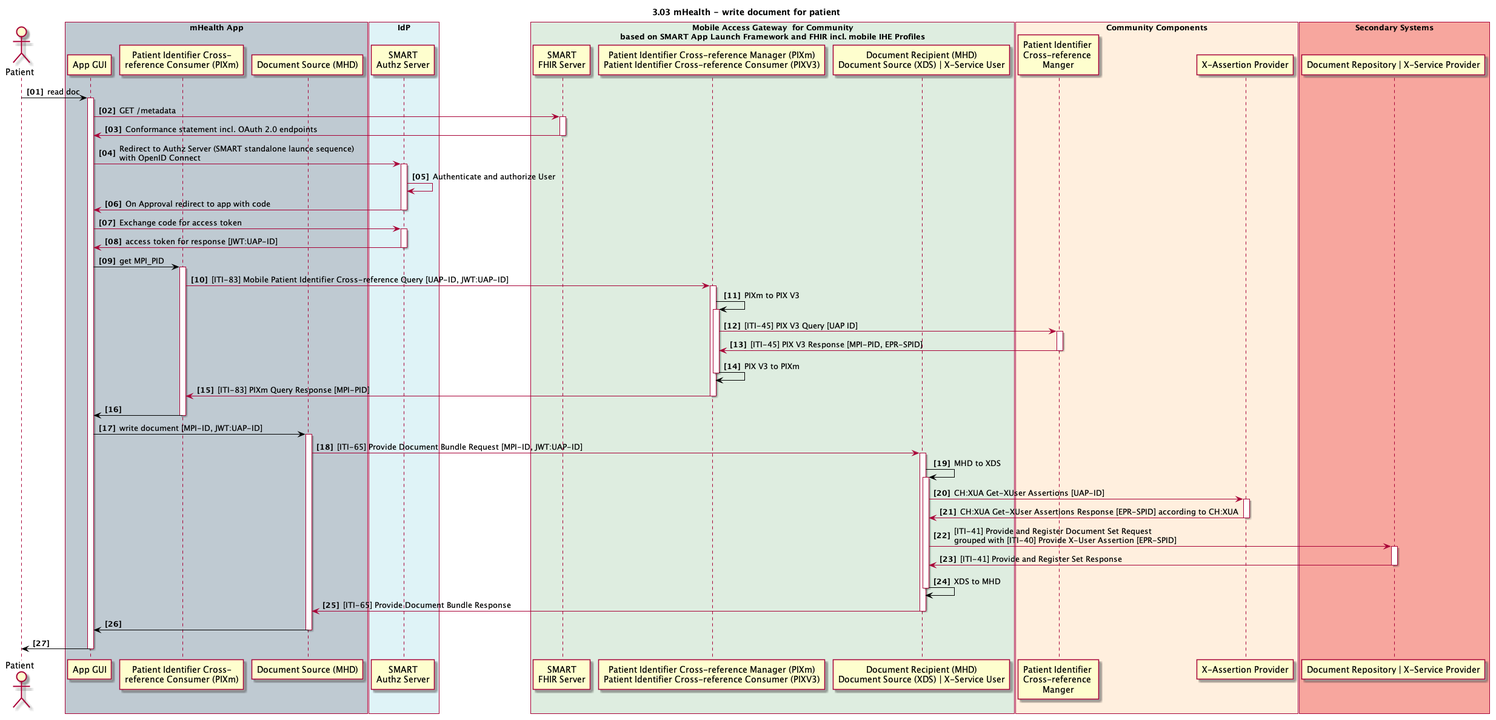
The PlantUML diagram 3_03_mhealthwrite.plantuml.png in ahdis/ch-epr-seqdiag, before a commit.
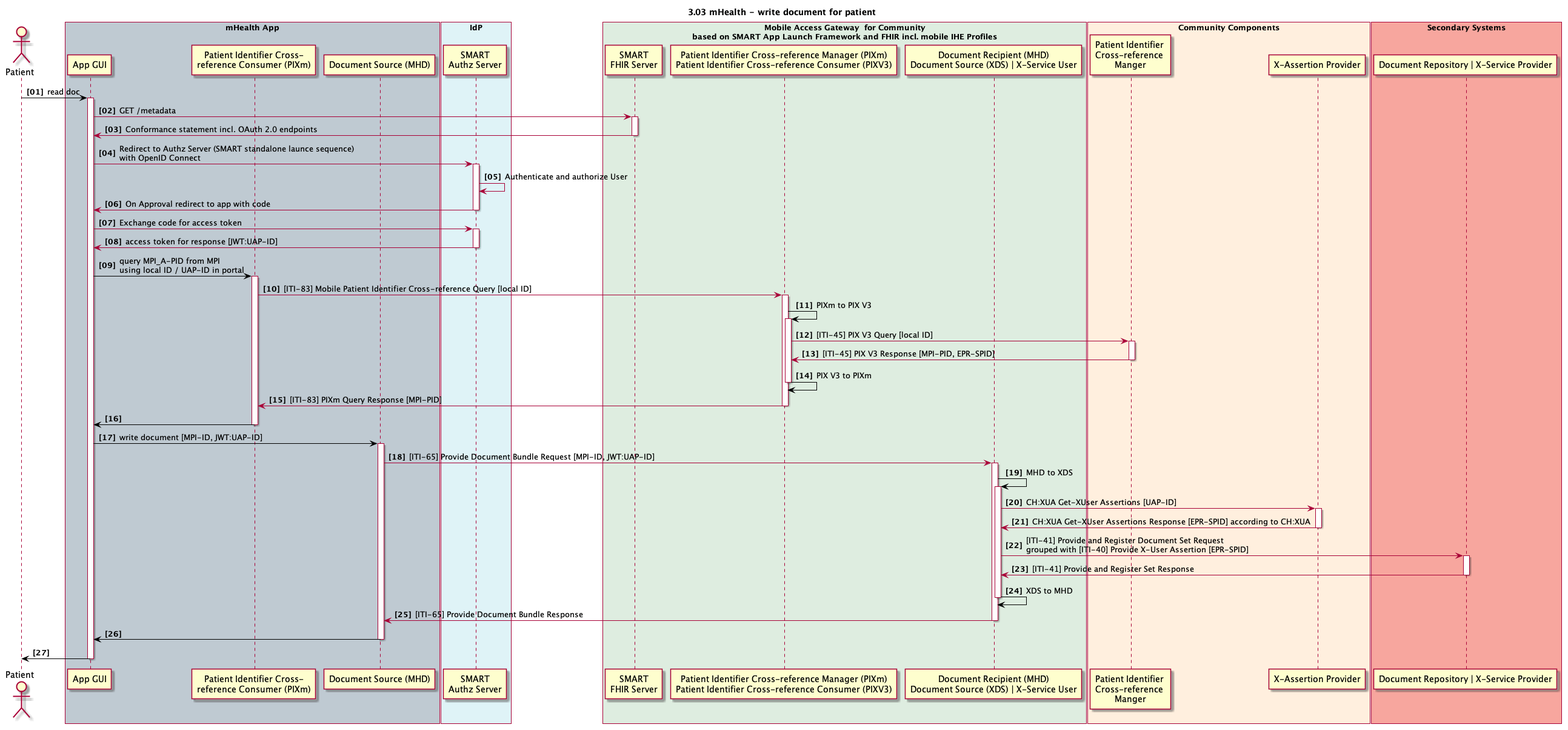
Above is the later version.

Diff of the diagram source:
```diff
@@ -50,14 +50,14 @@
 deactivate idp_user_authentication_provider
 
 
-app -[#black]> pixmconsumer: get MPI_PID
+app -[#black]> pixmconsumer: query MPI_A-PID from MPI\nusing local ID / UAP-ID in portal
 activate pixmconsumer
-pixmconsumer -> mp_pix_x_ref_mgr: [ITI-83] Mobile Patient Identifier Cross-reference Query [UAP-ID, JWT:UAP-ID]
+pixmconsumer -> mp_pix_x_ref_mgr: [ITI-83] Mobile Patient Identifier Cross-reference Query [local ID]
 activate mp_pix_x_ref_mgr
 mp_pix_x_ref_mgr -[#black]> mp_pix_x_ref_mgr: PIXm to PIX V3
 activate mp_pix_x_ref_mgr
 
-mp_pix_x_ref_mgr -> cc_mpi_x_ref_manager: [ITI-45] PIX V3 Query [UAP ID]
+mp_pix_x_ref_mgr -> cc_mpi_x_ref_manager: [ITI-45] PIX V3 Query [local ID]
 activate cc_mpi_x_ref_manager
 mp_pix_x_ref_mgr <- cc_mpi_x_ref_manager: [ITI-45] PIX V3 Response [MPI-PID, EPR-SPID]
 deactivate cc_mpi_x_ref_manager
```
